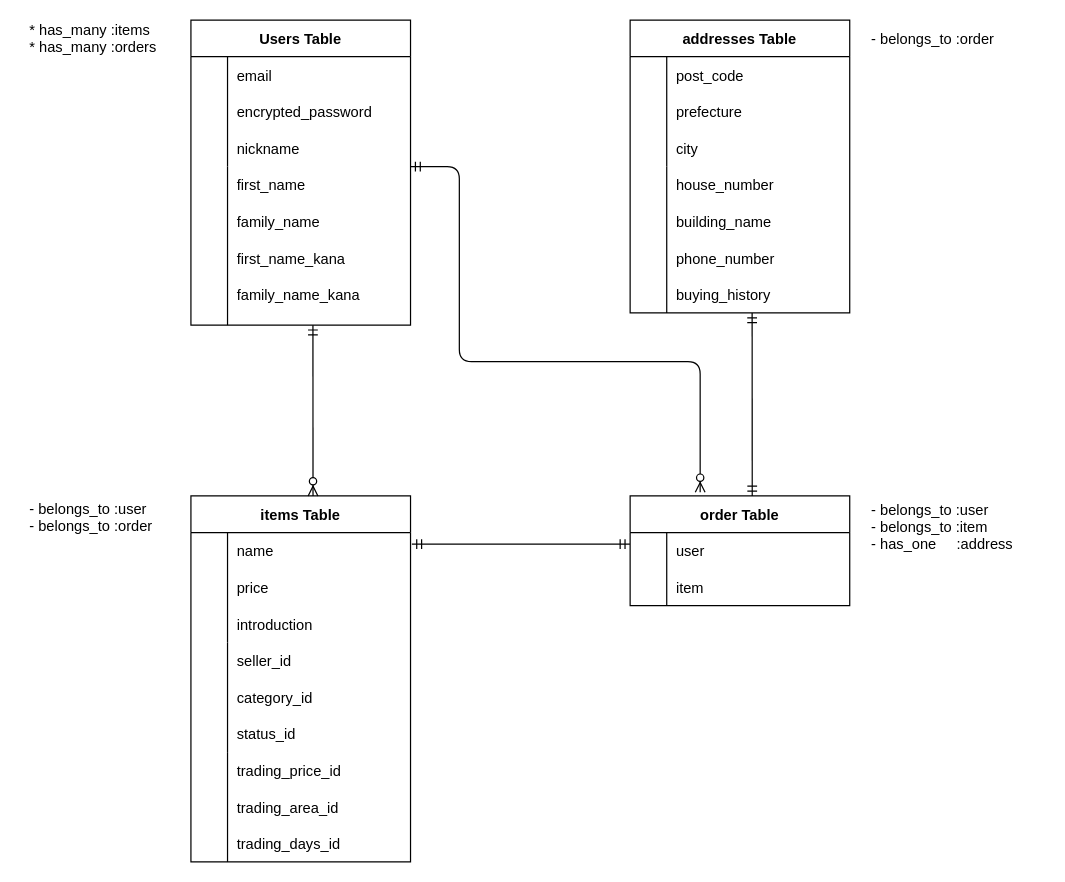
This is test.dio from Hiro0608/furima-38192, a draw.io file, before an edit. Source tidied: cells renumbered, new cells numbered last; positions are measured from the earlier drawing's top-left corner, leaving out a move shared by most shapes. Both pictures are drawn from the tidied source at 122%, with x=0, y=0 at pixel (20, 20).
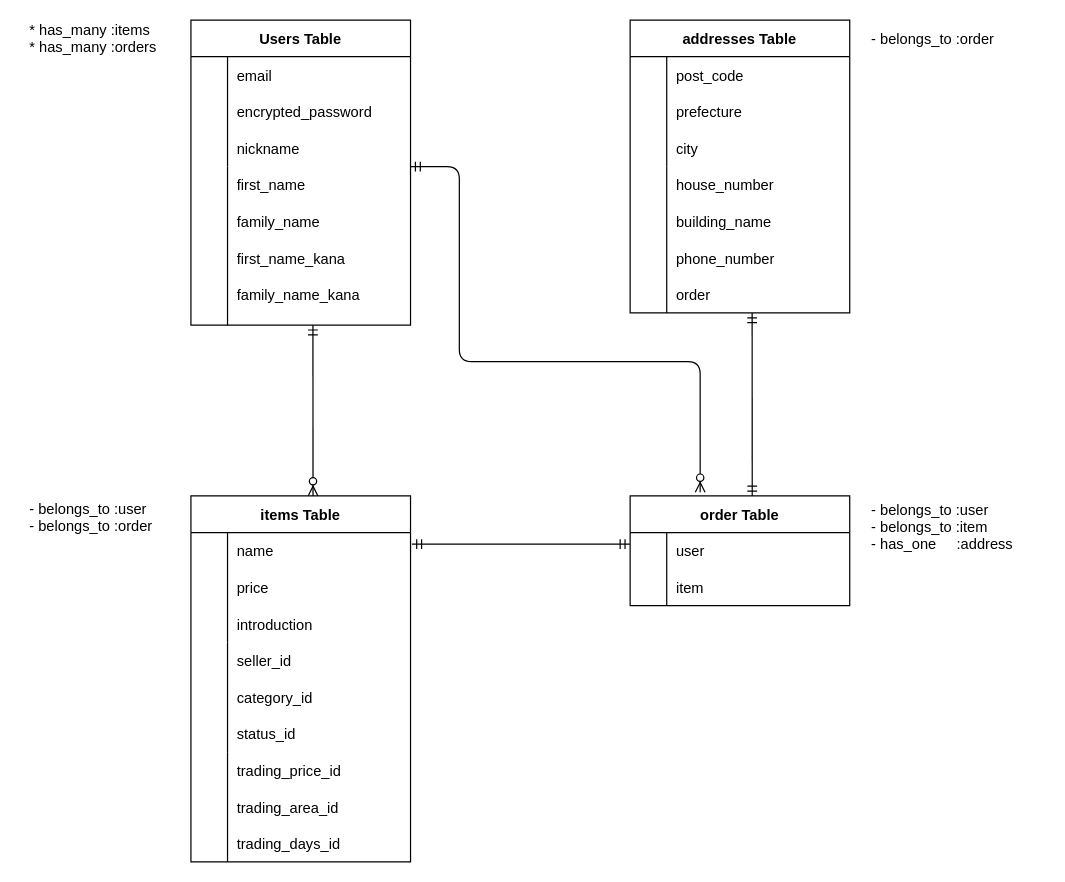
The same diagram, later.

The edit, as a diff of the source:
```diff
@@
-    <mxCell id="64" value="buying_history" style="shape=partialRectangle;fillColor=none;top=0;left=0;bottom=0;right=0;align=left;spacingLeft=6;overflow=hidden;" parent="1" vertex="1">
+    <mxCell id="64" value="order" style="shape=partialRectangle;fillColor=none;top=0;left=0;bottom=0;right=0;align=left;spacingLeft=6;overflow=hidden;" parent="1" vertex="1">
       <mxGeometry x="530" y="210" width="150" height="30" as="geometry" />
     </mxCell>
```
